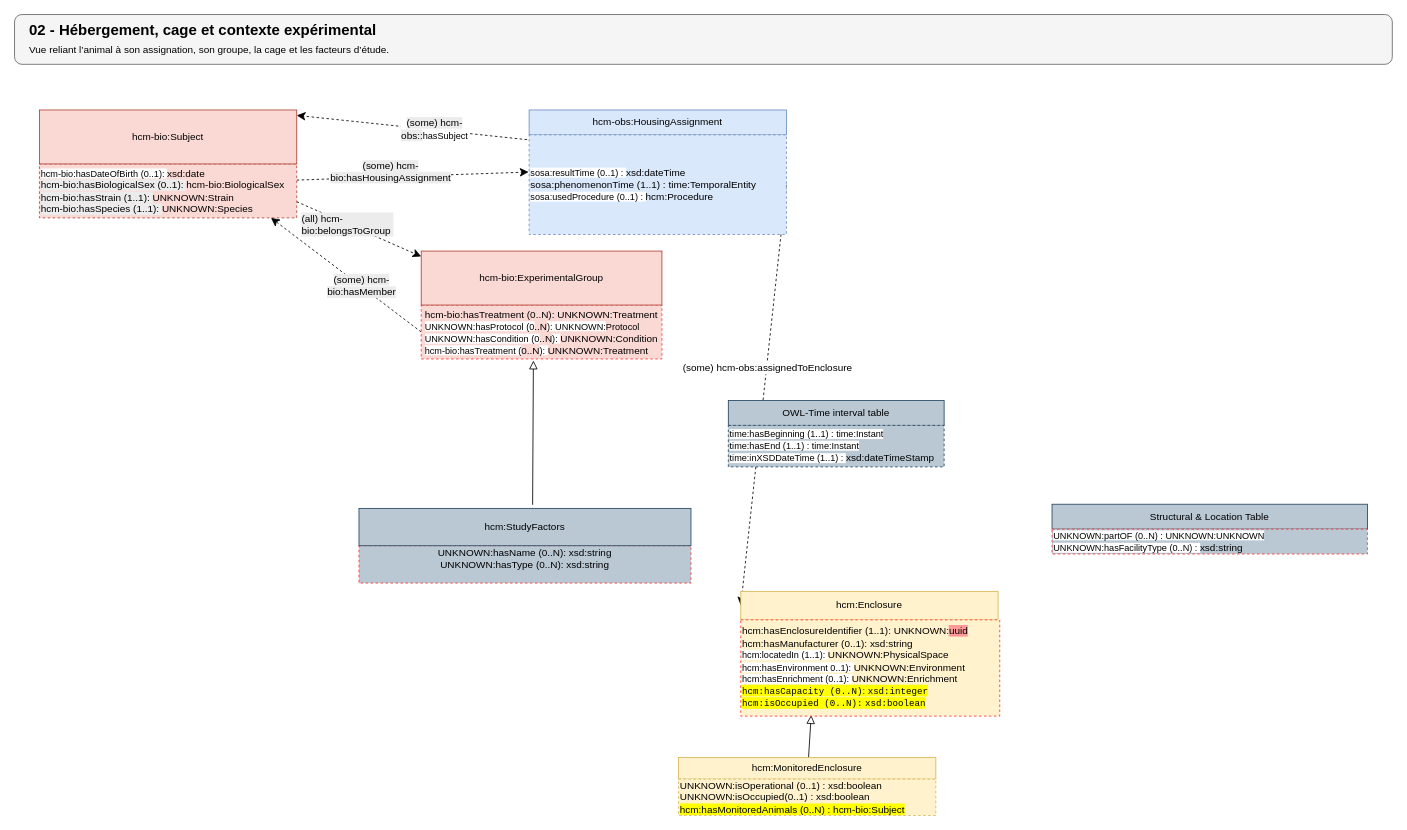
Earlier version of the draw.io diagram page "02 - Hébergement, cage et contexte expérimental" (4 of 7) of docs/paper/sources/figures/version_rapport.drawio.xml (dhuzard/HCMO). Source tidied: cells renumbered, new cells numbered last; positions are measured from the earlier drawing's top-left corner, leaving out a move shared by most shapes. Both pictures are drawn from the tidied source at 83%, with x=0, y=0 at pixel (14, 14).
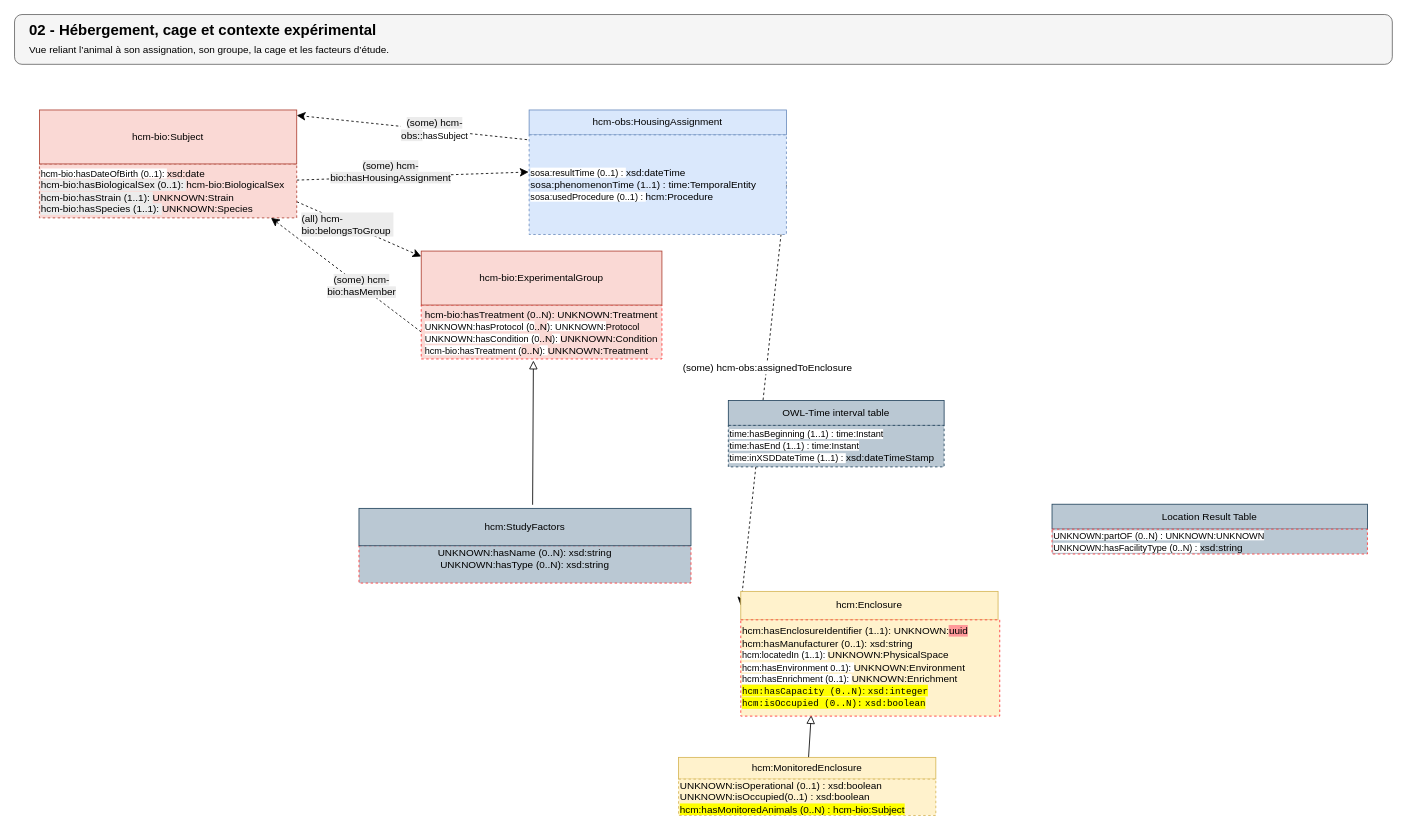
Above is the later version.

Unchanged cells that the change refers to:
```xml
<mxCell id="15" style="group;" parent="1" vertex="1">
  <mxGeometry x="1250" y="590" width="380" height="60" as="geometry" />
</mxCell>
```

Change to the diagram source:
```diff
@@
-    <mxCell id="16" value="Structural &amp;amp; Location Table" style="rounded=0;whiteSpace=wrap;html=1;fillColor=#bac8d3;strokeColor=#23445d;" parent="15" vertex="1">
+    <mxCell id="16" value="Location Result Table" style="rounded=0;whiteSpace=wrap;html=1;fillColor=#bac8d3;strokeColor=#23445d;" parent="15" vertex="1">
       <mxGeometry width="380" height="30" as="geometry" />
     </mxCell>
```
